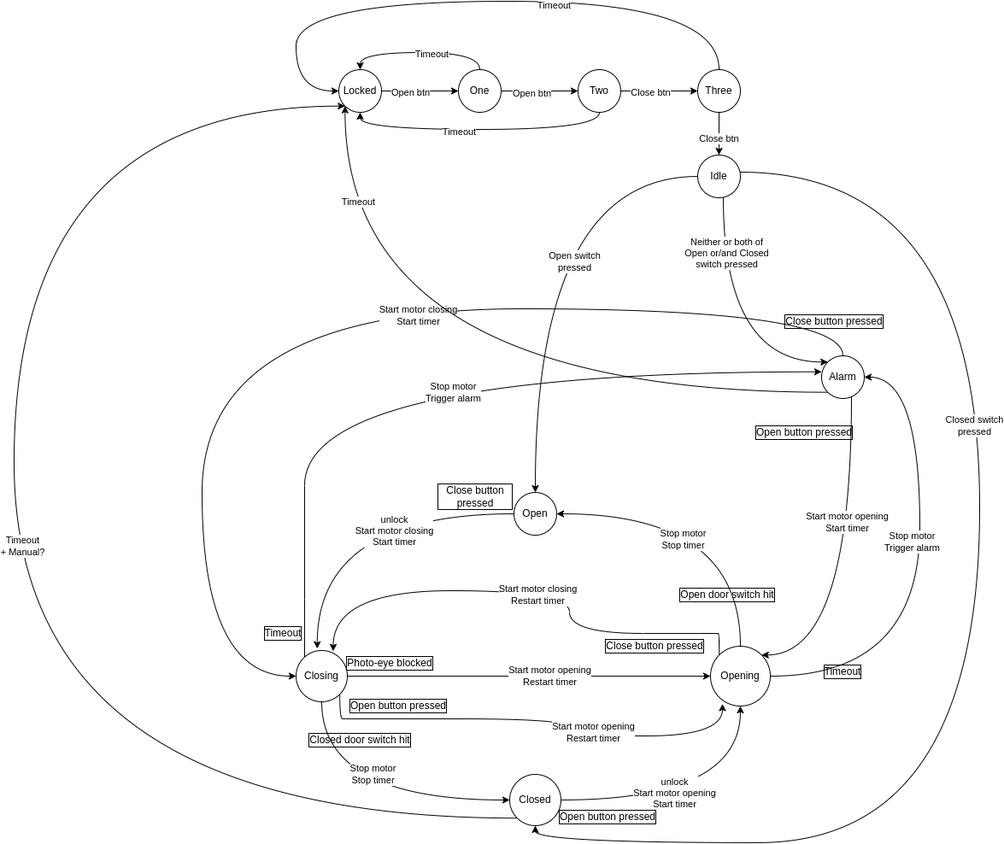
Above: AtmelStudio/Drafts/StateMachineGarageDoor/StateMachineGarageDoor/garageDoorStatemachine.drawio.png in xb0be/avr-programming (draw.io), before the change. Source tidied: cells renumbered, new cells last; positions are measured from the earlier drawing's top-left corner, leaving out a move shared by most shapes.
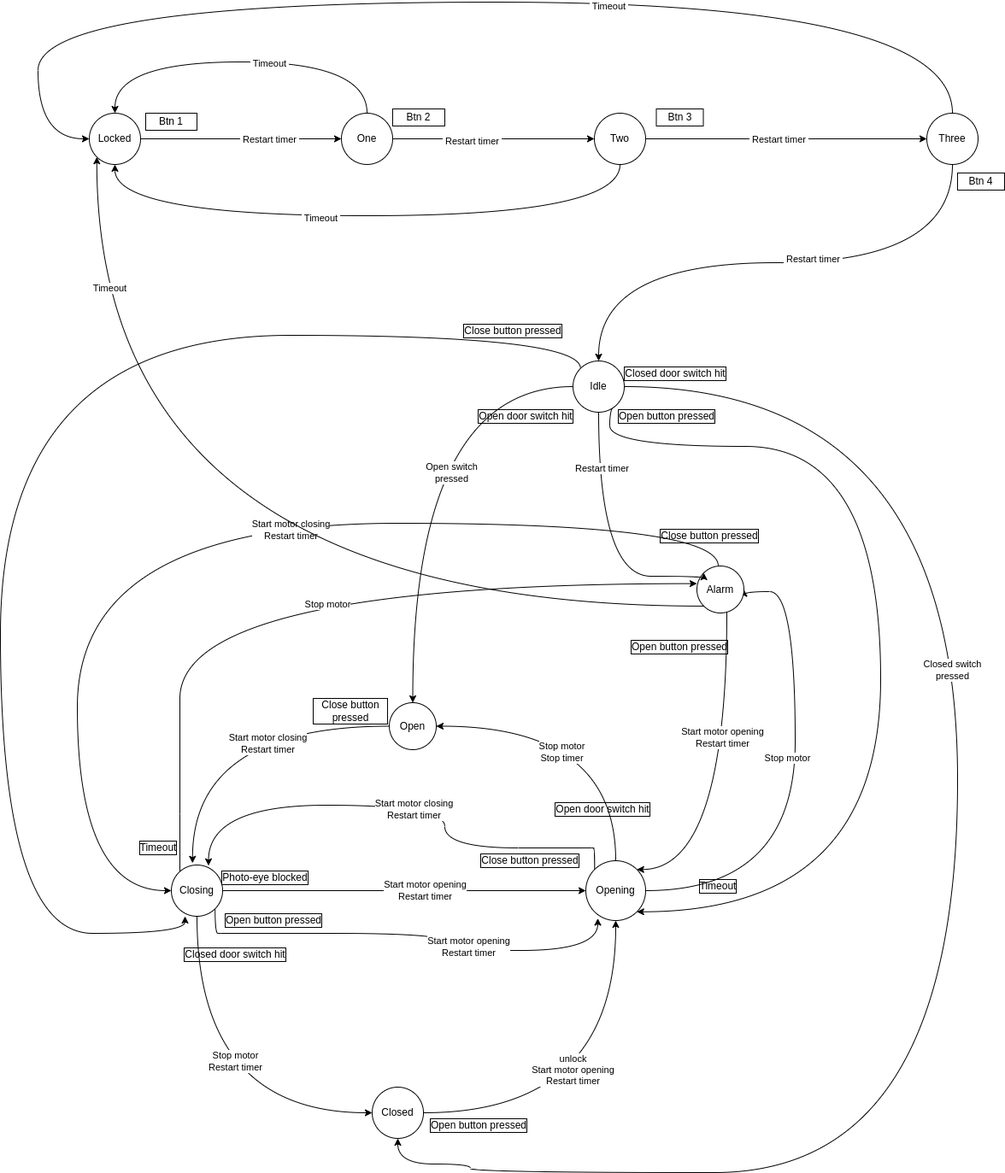
The same file after the commit.

Diff of the diagram source:
```diff
@@ -5,20 +5,20 @@
     <mxCell id="2" style="edgeStyle=orthogonalEdgeStyle;curved=1;rounded=0;jettySize=auto;html=1;entryX=0.413;entryY=-0.037;entryDx=0;entryDy=0;entryPerimeter=0;" parent="1" edge="1" source="4" target="13">
       <mxGeometry relative="1" as="geometry" />
     </mxCell>
-    <mxCell id="3" value="unlock&lt;br&gt;Start motor closing&lt;br&gt;Start timer" style="edgeLabel;html=1;align=center;verticalAlign=middle;" parent="2" vertex="1">
+    <mxCell id="3" value="Start motor closing&lt;br&gt;Restart timer" style="edgeLabel;html=1;align=center;verticalAlign=middle;" parent="2" vertex="1">
       <mxGeometry x="-0.13" y="6" width="80" height="40" relative="1" as="geometry">
         <mxPoint x="-12" y="-6" as="offset" />
       </mxGeometry>
     </mxCell>
     <mxCell id="4" value="Open" style="ellipse;whiteSpace=wrap;html=1;" parent="1" vertex="1">
-      <mxGeometry x="585" y="575" width="50" height="50" as="geometry" />
+      <mxGeometry x="585" y="570" width="55" height="55" as="geometry" />
     </mxCell>
     <mxCell id="5" style="edgeStyle=orthogonalEdgeStyle;curved=1;rounded=0;jettySize=auto;html=1;entryX=0;entryY=0.5;entryDx=0;entryDy=0;exitX=0.5;exitY=1;exitDx=0;exitDy=0;" parent="1" edge="1" source="13" target="18">
       <mxGeometry relative="1" as="geometry" />
     </mxCell>
-    <mxCell id="6" value="Stop motor&lt;br&gt;Stop timer" style="edgeLabel;html=1;align=center;verticalAlign=middle;" parent="5" vertex="1">
+    <mxCell id="6" value="Stop motor&lt;br&gt;Restart timer" style="edgeLabel;html=1;align=center;verticalAlign=middle;" parent="5" vertex="1">
       <mxGeometry x="-0.43" y="22" width="80" height="40" relative="1" as="geometry">
-        <mxPoint x="-2" y="-29" as="offset" />
+        <mxPoint x="-17" y="27" as="offset" />
       </mxGeometry>
     </mxCell>
     <mxCell id="7" style="edgeStyle=orthogonalEdgeStyle;curved=1;rounded=0;jettySize=auto;html=1;entryX=0;entryY=0.375;entryDx=0;entryDy=0;entryPerimeter=0;" parent="1" edge="1" source="13" target="32">
@@ -29,7 +29,7 @@
         </Array>
       </mxGeometry>
     </mxCell>
-    <mxCell id="8" value="Stop motor&lt;br&gt;Trigger alarm" style="edgeLabel;html=1;align=center;verticalAlign=middle;" parent="7" vertex="1">
+    <mxCell id="8" value="Stop motor" style="edgeLabel;html=1;align=center;verticalAlign=middle;" parent="7" vertex="1">
       <mxGeometry x="0.08" y="-24" width="90" height="40" relative="1" as="geometry">
         <mxPoint x="-45" y="-20" as="offset" />
       </mxGeometry>
@@ -63,26 +63,13 @@
     <mxCell id="14" style="edgeStyle=orthogonalEdgeStyle;rounded=0;jettySize=auto;html=1;entryX=0.5;entryY=1;entryDx=0;entryDy=0;curved=1;" parent="1" edge="1" source="18" target="25">
       <mxGeometry relative="1" as="geometry" />
     </mxCell>
-    <mxCell id="15" value="unlock&lt;br&gt;Start motor opening&lt;br&gt;Start timer" style="edgeLabel;html=1;align=center;verticalAlign=middle;" parent="14" vertex="1">
+    <mxCell id="15" value="unlock&lt;br&gt;Start motor opening&lt;br&gt;Restart timer" style="edgeLabel;html=1;align=center;verticalAlign=middle;" parent="14" vertex="1">
       <mxGeometry x="-0.17" y="8" width="80" height="40" relative="1" as="geometry">
-        <mxPoint x="-40" y="-20" as="offset" />
+        <mxPoint x="-52" y="-62" as="offset" />
       </mxGeometry>
     </mxCell>
-    <mxCell id="16" style="edgeStyle=orthogonalEdgeStyle;curved=1;rounded=0;jettySize=auto;html=1;exitX=0;exitY=1;exitDx=0;exitDy=0;entryX=0;entryY=1;entryDx=0;entryDy=0;" parent="1" edge="1" source="18" target="47">
-      <mxGeometry relative="1" as="geometry">
-        <Array as="points">
-          <mxPoint y="956" />
-          <mxPoint y="123" />
-        </Array>
-      </mxGeometry>
-    </mxCell>
-    <mxCell id="17" value="Timeout&lt;br&gt;+ Manual?" style="edgeLabel;html=1;align=center;verticalAlign=middle;" parent="16" vertex="1">
-      <mxGeometry y="-9" relative="1" as="geometry">
-        <mxPoint y="1" as="offset" />
-      </mxGeometry>
-    </mxCell>
     <mxCell id="18" value="Closed" style="ellipse;whiteSpace=wrap;html=1;" parent="1" vertex="1">
-      <mxGeometry x="580" y="905" width="60" height="60" as="geometry" />
+      <mxGeometry x="565" y="1020" width="60" height="60" as="geometry" />
     </mxCell>
     <mxCell id="19" style="edgeStyle=orthogonalEdgeStyle;curved=1;rounded=0;jettySize=auto;html=1;entryX=1;entryY=0.5;entryDx=0;entryDy=0;exitX=0.5;exitY=0;exitDx=0;exitDy=0;" parent="1" edge="1" source="25" target="4">
       <mxGeometry relative="1" as="geometry" />
@@ -100,7 +87,7 @@
         </Array>
       </mxGeometry>
     </mxCell>
-    <mxCell id="22" value="Stop motor&lt;br&gt;Trigger alarm" style="edgeLabel;html=1;align=center;verticalAlign=middle;" parent="21" vertex="1">
+    <mxCell id="22" value="Stop motor" style="edgeLabel;html=1;align=center;verticalAlign=middle;" parent="21" vertex="1">
       <mxGeometry x="0.12" y="9" width="90" height="40" relative="1" as="geometry">
         <mxPoint x="-45" y="-20" as="offset" />
       </mxGeometry>
@@ -132,7 +119,7 @@
         </Array>
       </mxGeometry>
     </mxCell>
-    <mxCell id="27" value="Start motor closing&lt;br&gt;Start timer" style="edgeLabel;html=1;align=center;verticalAlign=middle;" parent="26" vertex="1">
+    <mxCell id="27" value="Start motor closing&lt;br&gt;Restart timer" style="edgeLabel;html=1;align=center;verticalAlign=middle;" parent="26" vertex="1">
       <mxGeometry x="-0.18" y="8" width="80" height="40" relative="1" as="geometry">
         <mxPoint x="-40" y="-20" as="offset" />
       </mxGeometry>
@@ -144,7 +131,7 @@
         </Array>
       </mxGeometry>
     </mxCell>
-    <mxCell id="29" value="Start motor opening&lt;br&gt;Start timer" style="edgeLabel;html=1;align=center;verticalAlign=middle;" parent="28" vertex="1">
+    <mxCell id="29" value="Start motor opening&lt;br&gt;Restart timer" style="edgeLabel;html=1;align=center;verticalAlign=middle;" parent="28" vertex="1">
       <mxGeometry x="-0.28" y="-5" width="80" height="40" relative="1" as="geometry">
         <mxPoint x="-40" y="-20" as="offset" />
       </mxGeometry>
@@ -156,10 +143,10 @@
       <mxGeometry x="0.75" y="-15" relative="1" as="geometry" />
     </mxCell>
     <mxCell id="32" value="Alarm" style="ellipse;whiteSpace=wrap;html=1;" parent="1" vertex="1">
-      <mxGeometry x="945" y="415" width="50" height="50" as="geometry" />
+      <mxGeometry x="945" y="410" width="55" height="55" as="geometry" />
     </mxCell>
     <mxCell id="33" value="Open button pressed" style="text;html=1;strokeColor=none;fillColor=none;align=center;verticalAlign=middle;whiteSpace=wrap;rounded=0;labelBorderColor=default;" parent="1" vertex="1">
-      <mxGeometry x="625" y="940" width="140" height="30" as="geometry" />
+      <mxGeometry x="620" y="1050" width="140" height="30" as="geometry" />
     </mxCell>
     <mxCell id="34" value="Close button pressed" style="text;html=1;strokeColor=none;fillColor=none;align=center;verticalAlign=middle;whiteSpace=wrap;rounded=0;labelBorderColor=default;" parent="1" vertex="1">
       <mxGeometry x="495" y="560" width="90" height="40" as="geometry" />
@@ -200,62 +187,79 @@
     <mxCell id="45" style="edgeStyle=orthogonalEdgeStyle;rounded=0;jettySize=auto;html=1;entryX=0;entryY=0.5;entryDx=0;entryDy=0;" parent="1" edge="1" source="47" target="52">
       <mxGeometry relative="1" as="geometry" />
     </mxCell>
-    <mxCell id="46" value="Open btn" style="edgeLabel;html=1;align=center;verticalAlign=middle;" parent="45" vertex="1">
-      <mxGeometry x="-0.27" y="-1" relative="1" as="geometry" />
+    <mxCell id="46" value="&amp;nbsp;Restart timer&amp;nbsp;" style="edgeLabel;html=1;align=center;verticalAlign=middle;" parent="45" vertex="1">
+      <mxGeometry x="-0.27" y="-1" relative="1" as="geometry">
+        <mxPoint x="64" y="-1" as="offset" />
+      </mxGeometry>
     </mxCell>
     <mxCell id="47" value="Locked" style="ellipse;whiteSpace=wrap;html=1;" parent="1" vertex="1">
-      <mxGeometry x="380" y="80" width="50" height="50" as="geometry" />
+      <mxGeometry x="234" y="-120" width="60" height="60" as="geometry" />
     </mxCell>
     <mxCell id="48" style="edgeStyle=orthogonalEdgeStyle;rounded=0;jettySize=auto;html=1;entryX=0;entryY=0.5;entryDx=0;entryDy=0;" parent="1" edge="1" source="52" target="57">
       <mxGeometry relative="1" as="geometry" />
     </mxCell>
-    <mxCell id="49" value="Open btn" style="edgeLabel;html=1;align=center;verticalAlign=middle;" parent="48" vertex="1">
+    <mxCell id="49" value="&amp;nbsp;Restart timer&amp;nbsp;" style="edgeLabel;html=1;align=center;verticalAlign=middle;" parent="48" vertex="1">
       <mxGeometry x="-0.22" y="-2" relative="1" as="geometry" />
     </mxCell>
     <mxCell id="50" style="edgeStyle=orthogonalEdgeStyle;rounded=0;jettySize=auto;html=1;entryX=0.5;entryY=0;entryDx=0;entryDy=0;curved=1;exitX=0.5;exitY=0;exitDx=0;exitDy=0;" parent="1" edge="1" source="52" target="47">
-      <mxGeometry relative="1" as="geometry" />
+      <mxGeometry relative="1" as="geometry">
+        <Array as="points">
+          <mxPoint x="559" y="-180" />
+          <mxPoint x="264" y="-180" />
+        </Array>
+      </mxGeometry>
     </mxCell>
-    <mxCell id="51" value="Timeout" style="edgeLabel;html=1;align=center;verticalAlign=middle;" parent="50" vertex="1">
+    <mxCell id="51" value="&amp;nbsp;Timeout&amp;nbsp;" style="edgeLabel;html=1;align=center;verticalAlign=middle;" parent="50" vertex="1">
       <mxGeometry x="-0.16" y="1" relative="1" as="geometry" />
     </mxCell>
     <mxCell id="52" value="One" style="ellipse;whiteSpace=wrap;html=1;" parent="1" vertex="1">
-      <mxGeometry x="520" y="80" width="50" height="50" as="geometry" />
+      <mxGeometry x="529" y="-120" width="60" height="60" as="geometry" />
     </mxCell>
     <mxCell id="53" style="edgeStyle=orthogonalEdgeStyle;rounded=0;jettySize=auto;html=1;entryX=0;entryY=0.5;entryDx=0;entryDy=0;" parent="1" edge="1" source="57" target="62">
       <mxGeometry relative="1" as="geometry" />
     </mxCell>
-    <mxCell id="54" value="Close btn" style="edgeLabel;html=1;align=center;verticalAlign=middle;" parent="53" vertex="1">
-      <mxGeometry x="-0.24" y="-1" relative="1" as="geometry" />
-    </mxCell>
     <mxCell id="55" style="edgeStyle=orthogonalEdgeStyle;curved=1;rounded=0;jettySize=auto;html=1;entryX=0.5;entryY=1;entryDx=0;entryDy=0;exitX=0.5;exitY=1;exitDx=0;exitDy=0;" parent="1" edge="1" source="57" target="47">
-      <mxGeometry relative="1" as="geometry" />
+      <mxGeometry relative="1" as="geometry">
+        <Array as="points">
+          <mxPoint x="855" />
+          <mxPoint x="264" />
+        </Array>
+      </mxGeometry>
     </mxCell>
-    <mxCell id="56" value="Timeout" style="edgeLabel;html=1;align=center;verticalAlign=middle;" parent="55" vertex="1">
+    <mxCell id="56" value="&amp;nbsp;Timeout&amp;nbsp;" style="edgeLabel;html=1;align=center;verticalAlign=middle;" parent="55" vertex="1">
       <mxGeometry x="0.16" y="2" relative="1" as="geometry" />
     </mxCell>
     <mxCell id="57" value="Two" style="ellipse;whiteSpace=wrap;html=1;" parent="1" vertex="1">
-      <mxGeometry x="660" y="80" width="50" height="50" as="geometry" />
+      <mxGeometry x="825" y="-120" width="60" height="60" as="geometry" />
     </mxCell>
-    <mxCell id="58" style="edgeStyle=orthogonalEdgeStyle;curved=1;rounded=0;jettySize=auto;html=1;entryX=0;entryY=0.5;entryDx=0;entryDy=0;exitX=0.5;exitY=0;exitDx=0;exitDy=0;" parent="1" edge="1" source="62" target="47">
+    <mxCell id="58" style="edgeStyle=orthogonalEdgeStyle;curved=1;rounded=0;jettySize=auto;html=1;exitX=0.5;exitY=0;exitDx=0;exitDy=0;" parent="1" edge="1" source="62">
       <mxGeometry relative="1" as="geometry">
+        <mxPoint x="234" y="-90" as="targetPoint" />
         <Array as="points">
-          <mxPoint x="825" />
-          <mxPoint x="330" />
-          <mxPoint x="330" y="105" />
+          <mxPoint x="1244" y="-250" />
+          <mxPoint x="174" y="-250" />
+          <mxPoint x="174" y="-90" />
         </Array>
       </mxGeometry>
     </mxCell>
-    <mxCell id="59" value="Timeout" style="edgeLabel;html=1;align=center;verticalAlign=middle;" parent="58" vertex="1">
+    <mxCell id="59" value="&amp;nbsp;Timeout&amp;nbsp;" style="edgeLabel;html=1;align=center;verticalAlign=middle;" parent="58" vertex="1">
       <mxGeometry x="-0.25" y="4" relative="1" as="geometry" />
     </mxCell>
-    <mxCell id="60" style="edgeStyle=orthogonalEdgeStyle;curved=1;rounded=0;jettySize=auto;html=1;entryX=0.5;entryY=0;entryDx=0;entryDy=0;" parent="1" edge="1" source="62" target="69">
+    <mxCell id="60" style="edgeStyle=orthogonalEdgeStyle;curved=1;rounded=0;jettySize=auto;html=1;entryX=0.5;entryY=0;entryDx=0;entryDy=0;exitX=0.5;exitY=1;exitDx=0;exitDy=0;" parent="1" edge="1" source="62" target="69">
       <mxGeometry relative="1" as="geometry" />
     </mxCell>
-    <mxCell id="61" value="Close btn" style="edgeLabel;html=1;align=center;verticalAlign=middle;" parent="60" vertex="1">
-      <mxGeometry x="0.22" y="-1" relative="1" as="geometry" />
+    <mxCell id="61" value="&amp;nbsp;Restart timer&amp;nbsp;" style="edgeLabel;html=1;align=center;verticalAlign=middle;" parent="60" vertex="1">
+      <mxGeometry x="0.22" y="-1" relative="1" as="geometry">
+        <mxPoint x="74" y="-144" as="offset" />
+      </mxGeometry>
     </mxCell>
+    <mxCell id="70" value="&amp;nbsp;Restart timer&amp;nbsp;" style="edgeLabel;html=1;align=center;verticalAlign=middle;" parent="60" vertex="1">
+      <mxGeometry x="0.65" y="17" relative="1" as="geometry">
+        <mxPoint x="233" y="-8" as="offset" />
+      </mxGeometry>
+    </mxCell>
     <mxCell id="62" value="Three" style="ellipse;whiteSpace=wrap;html=1;" parent="1" vertex="1">
-      <mxGeometry x="800" y="80" width="50" height="50" as="geometry" />
+      <mxGeometry x="1214" y="-120" width="60" height="60" as="geometry" />
     </mxCell>
     <mxCell id="63" style="edgeStyle=orthogonalEdgeStyle;curved=1;rounded=0;jettySize=auto;html=1;entryX=0.5;entryY=0;entryDx=0;entryDy=0;" parent="1" edge="1" source="69" target="4">
       <mxGeometry relative="1" as="geometry" />
@@ -266,9 +270,11 @@
     <mxCell id="65" style="edgeStyle=orthogonalEdgeStyle;curved=1;rounded=0;jettySize=auto;html=1;entryX=0.5;entryY=1;entryDx=0;entryDy=0;" parent="1" edge="1" source="69" target="18">
       <mxGeometry relative="1" as="geometry">
         <Array as="points">
-          <mxPoint x="1130" y="200" />
-          <mxPoint x="1130" y="985" />
-          <mxPoint x="610" y="985" />
+          <mxPoint x="1250" y="200" />
+          <mxPoint x="1250" y="1120" />
+          <mxPoint x="680" y="1120" />
+          <mxPoint x="680" y="1110" />
+          <mxPoint x="595" y="1110" />
         </Array>
       </mxGeometry>
     </mxCell>
@@ -282,11 +288,54 @@
         </Array>
       </mxGeometry>
     </mxCell>
-    <mxCell id="68" value="Neither or both of&lt;br&gt;Open or/and Closed&lt;br&gt;switch pressed" style="edgeLabel;html=1;align=center;verticalAlign=middle;" parent="67" vertex="1">
+    <mxCell id="68" value="&amp;nbsp;Restart timer&amp;nbsp;" style="edgeLabel;html=1;align=center;verticalAlign=middle;" parent="67" vertex="1">
       <mxGeometry x="-0.59" y="3" relative="1" as="geometry" />
     </mxCell>
+    <mxCell id="71" style="edgeStyle=orthogonalEdgeStyle;rounded=0;jettySize=auto;html=1;exitX=0;exitY=0;exitDx=0;exitDy=0;entryX=0.267;entryY=1;entryDx=0;entryDy=0;entryPerimeter=0;curved=1;" parent="1" edge="1" source="69" target="13">
+      <mxGeometry relative="1" as="geometry">
+        <Array as="points">
+          <mxPoint x="809" y="140" />
+          <mxPoint x="130" y="140" />
+          <mxPoint x="130" y="840" />
+          <mxPoint x="346" y="840" />
+        </Array>
+      </mxGeometry>
+    </mxCell>
+    <mxCell id="72" style="edgeStyle=orthogonalEdgeStyle;curved=1;rounded=0;jettySize=auto;html=1;exitX=1;exitY=1;exitDx=0;exitDy=0;entryX=1;entryY=1;entryDx=0;entryDy=0;" parent="1" edge="1" source="69" target="25">
+      <mxGeometry relative="1" as="geometry">
+        <Array as="points">
+          <mxPoint x="843" y="270" />
+          <mxPoint x="1160" y="270" />
+          <mxPoint x="1160" y="815" />
+        </Array>
+      </mxGeometry>
+    </mxCell>
     <mxCell id="69" value="Idle" style="ellipse;whiteSpace=wrap;html=1;" parent="1" vertex="1">
-      <mxGeometry x="800" y="180" width="50" height="50" as="geometry" />
+      <mxGeometry x="800" y="170" width="60" height="60" as="geometry" />
     </mxCell>
+    <mxCell id="73" value="Open door switch hit" style="text;html=1;strokeColor=none;fillColor=none;align=center;verticalAlign=middle;whiteSpace=wrap;rounded=0;labelBorderColor=default;" parent="1" vertex="1">
+      <mxGeometry x="680" y="220" width="130" height="30" as="geometry" />
+    </mxCell>
+    <mxCell id="74" value="Closed door switch hit" style="text;html=1;strokeColor=none;fillColor=none;align=center;verticalAlign=middle;whiteSpace=wrap;rounded=0;labelBorderColor=default;" parent="1" vertex="1">
+      <mxGeometry x="850" y="170" width="140" height="30" as="geometry" />
+    </mxCell>
+    <mxCell id="75" value="Close button pressed" style="text;html=1;strokeColor=none;fillColor=none;align=center;verticalAlign=middle;whiteSpace=wrap;rounded=0;labelBorderColor=default;" parent="1" vertex="1">
+      <mxGeometry x="660" y="120" width="140" height="30" as="geometry" />
+    </mxCell>
+    <mxCell id="76" value="Open button pressed" style="text;html=1;strokeColor=none;fillColor=none;align=center;verticalAlign=middle;whiteSpace=wrap;rounded=0;labelBorderColor=default;" parent="1" vertex="1">
+      <mxGeometry x="840" y="220" width="140" height="30" as="geometry" />
+    </mxCell>
+    <mxCell id="77" value="Btn 1" style="text;html=1;strokeColor=default;fillColor=none;align=center;verticalAlign=middle;whiteSpace=wrap;rounded=0;" parent="1" vertex="1">
+      <mxGeometry x="300" y="-120" width="60" height="20" as="geometry" />
+    </mxCell>
+    <mxCell id="78" value="Btn 2" style="text;html=1;strokeColor=default;fillColor=none;align=center;verticalAlign=middle;whiteSpace=wrap;rounded=0;" parent="1" vertex="1">
+      <mxGeometry x="589" y="-125" width="61" height="20" as="geometry" />
+    </mxCell>
+    <mxCell id="79" value="Btn 3" style="text;html=1;strokeColor=default;fillColor=none;align=center;verticalAlign=middle;whiteSpace=wrap;rounded=0;" parent="1" vertex="1">
+      <mxGeometry x="897.5" y="-125" width="55" height="20" as="geometry" />
+    </mxCell>
+    <mxCell id="80" value="Btn 4" style="text;html=1;strokeColor=default;fillColor=none;align=center;verticalAlign=middle;whiteSpace=wrap;rounded=0;" parent="1" vertex="1">
+      <mxGeometry x="1250" y="-50" width="55" height="20" as="geometry" />
+    </mxCell>
   </root>
 </mxGraphModel>
```
